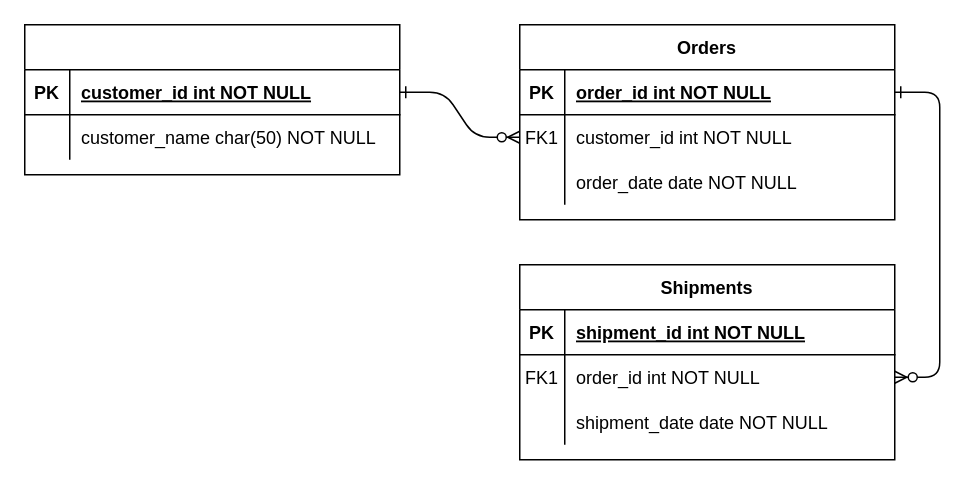
This is Diagrama sin título.drawio from Borzar/jz-notes, a draw.io file, before an edit. Source tidied: cells renumbered, new cells numbered last; positions are measured from the earlier drawing's top-left corner, leaving out a move shared by most shapes. Both pictures are drawn from the tidied source at 150%, with x=0, y=0 at pixel (24, 24).
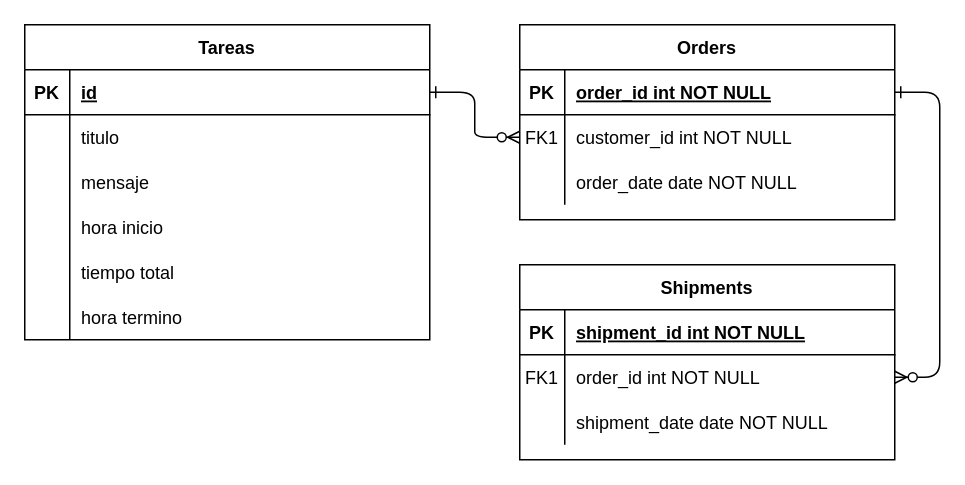
The same page after the edit.

Diff of the diagram source:
```diff
@@
-    <mxCell id="24" style="shape=table;startSize=30;childLayout=tableLayout;rowLines=0;fontStyle=1;align=center;" parent="1" vertex="1">
-      <mxGeometry width="250" height="100" as="geometry" />
+    <mxCell id="24" value="Tareas" style="shape=table;startSize=30;childLayout=tableLayout;rowLines=0;fontStyle=1;align=center;" parent="1" vertex="1">
+      <mxGeometry width="270" height="210" as="geometry" />
     </mxCell>
     <mxCell id="25" style="shape=partialRectangle;fillColor=none;points=[[0,0.5],[1,0.5]];portConstraint=eastwest;top=0;left=0;right=0;bottom=1;" parent="24" vertex="1">
-      <mxGeometry y="30" width="250" height="30" as="geometry" />
+      <mxGeometry y="30" width="270" height="30" as="geometry" />
     </mxCell>
@@
-    <mxCell id="27" value="customer_id int NOT NULL " style="shape=partialRectangle;overflow=hidden;fillColor=none;top=0;left=0;bottom=0;right=0;align=left;spacingLeft=6;fontStyle=5;" parent="25" vertex="1">
-      <mxGeometry x="30" width="220" height="30" as="geometry" />
+    <mxCell id="27" value="id" style="shape=partialRectangle;overflow=hidden;fillColor=none;top=0;left=0;bottom=0;right=0;align=left;spacingLeft=6;fontStyle=5;" parent="25" vertex="1">
+      <mxGeometry x="30" width="240" height="30" as="geometry" />
     </mxCell>
     <mxCell id="28" style="shape=partialRectangle;fillColor=none;top=0;left=0;right=0;bottom=0;" parent="24" vertex="1">
-      <mxGeometry y="60" width="250" height="30" as="geometry" />
+      <mxGeometry y="60" width="270" height="150" as="geometry" />
     </mxCell>
     <mxCell id="29" style="shape=partialRectangle;overflow=hidden;fillColor=none;top=0;left=0;bottom=0;right=0;" parent="28" vertex="1">
-      <mxGeometry width="30" height="30" as="geometry" />
+      <mxGeometry width="30" height="150" as="geometry" />
     </mxCell>
-    <mxCell id="30" value="customer_name char(50) NOT NULL" style="shape=partialRectangle;overflow=hidden;fillColor=none;top=0;left=0;bottom=0;right=0;align=left;spacingLeft=6;" parent="28" vertex="1">
-      <mxGeometry x="30" width="220" height="30" as="geometry" />
+    <mxCell id="30" style="shape=partialRectangle;overflow=hidden;fillColor=none;top=0;left=0;bottom=0;right=0;align=left;spacingLeft=6;" parent="28" vertex="1">
+      <mxGeometry x="30" width="240" height="150" as="geometry" />
     </mxCell>
+    <mxCell id="31" value="mensaje" style="shape=partialRectangle;overflow=hidden;fillColor=none;top=0;left=0;bottom=0;right=0;align=left;spacingLeft=6;" parent="1" vertex="1">
+      <mxGeometry x="30" y="90" width="240" height="30" as="geometry" />
+    </mxCell>
+    <mxCell id="32" value="hora inicio" style="shape=partialRectangle;overflow=hidden;fillColor=none;top=0;left=0;bottom=0;right=0;align=left;spacingLeft=6;" parent="1" vertex="1">
+      <mxGeometry x="30" y="120" width="240" height="30" as="geometry" />
+    </mxCell>
+    <mxCell id="33" value="hora termino" style="shape=partialRectangle;overflow=hidden;fillColor=none;top=0;left=0;bottom=0;right=0;align=left;spacingLeft=6;" parent="1" vertex="1">
+      <mxGeometry x="30" y="180" width="240" height="30" as="geometry" />
+    </mxCell>
+    <mxCell id="34" value="titulo" style="shape=partialRectangle;overflow=hidden;fillColor=none;top=0;left=0;bottom=0;right=0;align=left;spacingLeft=6;" parent="1" vertex="1">
+      <mxGeometry x="30" y="60" width="240" height="30" as="geometry" />
+    </mxCell>
+    <mxCell id="35" value="tiempo total" style="shape=partialRectangle;overflow=hidden;fillColor=none;top=0;left=0;bottom=0;right=0;align=left;spacingLeft=6;" parent="1" vertex="1">
+      <mxGeometry x="30" y="150" width="240" height="30" as="geometry" />
+    </mxCell>
```
